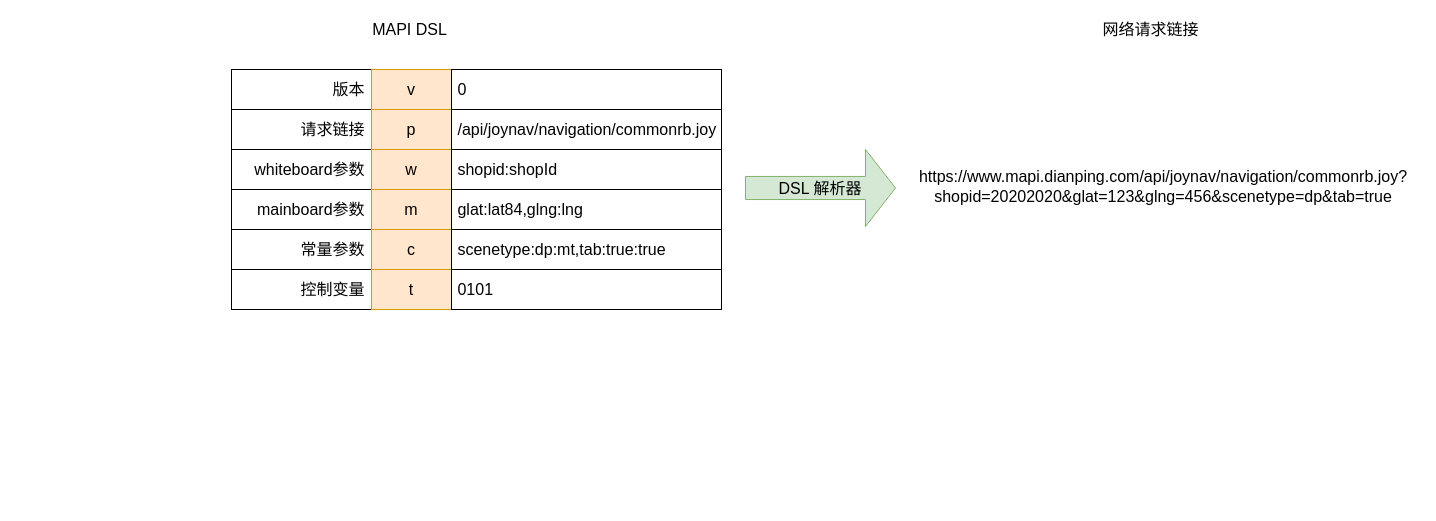
The draw.io diagram page "第 3 页" (3 of 19) of 频道首页执行流程.drawio in hpk1994/shophome, before the edit. Source tidied: cells renumbered, new cells numbered last; positions are measured from the earlier drawing's top-left corner, leaving out a move shared by most shapes. Both pictures are drawn from the tidied source at 100%, with x=0, y=0 at pixel (231, 17).
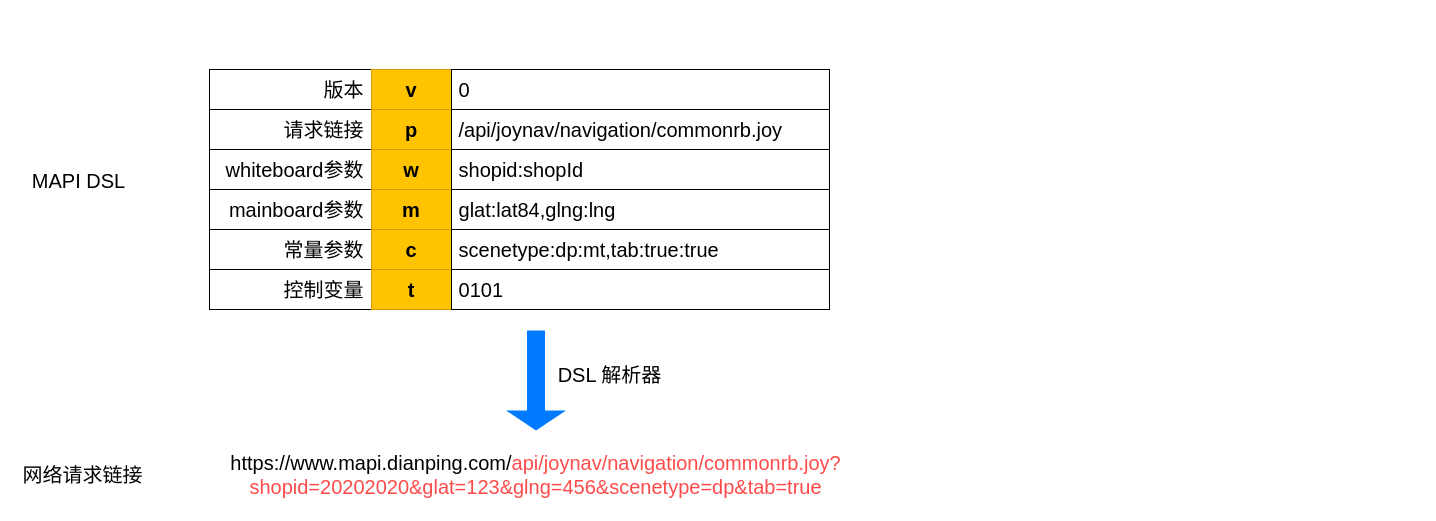
The same page after the edit.

Diff of the diagram source:
```diff
@@
-    <mxCell id="2" value="版本&amp;nbsp;" style="rounded=0;whiteSpace=wrap;html=1;fontSize=16;align=right;" parent="1" vertex="1">
-      <mxGeometry y="52" width="140" height="40" as="geometry" />
+    <mxCell id="2" value="&lt;font style=&quot;font-size: 20px&quot;&gt;版本&amp;nbsp;&lt;/font&gt;" style="rounded=0;whiteSpace=wrap;html=1;fontSize=16;align=right;fontFamily=微软雅黑;" parent="1" vertex="1">
+      <mxGeometry x="-22" y="52" width="162" height="40" as="geometry" />
     </mxCell>
-    <mxCell id="3" value="请求链接&amp;nbsp;" style="rounded=0;whiteSpace=wrap;html=1;fontSize=16;align=right;" parent="1" vertex="1">
-      <mxGeometry y="92" width="140" height="40" as="geometry" />
+    <mxCell id="3" value="&lt;font style=&quot;font-size: 20px&quot;&gt;请求链接&amp;nbsp;&lt;/font&gt;" style="rounded=0;whiteSpace=wrap;html=1;fontSize=16;align=right;fontFamily=微软雅黑;" parent="1" vertex="1">
+      <mxGeometry x="-22" y="92" width="162" height="40" as="geometry" />
     </mxCell>
-    <mxCell id="4" value="whiteboard参数&amp;nbsp;" style="rounded=0;whiteSpace=wrap;html=1;fontSize=16;align=right;" parent="1" vertex="1">
-      <mxGeometry y="132" width="140" height="40" as="geometry" />
+    <mxCell id="4" value="&lt;font style=&quot;font-size: 20px&quot;&gt;whiteboard参数&amp;nbsp;&lt;/font&gt;" style="rounded=0;whiteSpace=wrap;html=1;fontSize=16;align=right;fontFamily=微软雅黑;" parent="1" vertex="1">
+      <mxGeometry x="-22" y="132" width="162" height="40" as="geometry" />
     </mxCell>
-    <mxCell id="5" value="mainboard参数&amp;nbsp;" style="rounded=0;whiteSpace=wrap;html=1;fontSize=16;align=right;" parent="1" vertex="1">
-      <mxGeometry y="172" width="140" height="40" as="geometry" />
+    <mxCell id="5" value="&lt;font style=&quot;font-size: 20px&quot;&gt;mainboard参数&amp;nbsp;&lt;/font&gt;" style="rounded=0;whiteSpace=wrap;html=1;fontSize=16;align=right;fontFamily=微软雅黑;" parent="1" vertex="1">
+      <mxGeometry x="-22" y="172" width="162" height="40" as="geometry" />
     </mxCell>
-    <mxCell id="6" value="常量参数&amp;nbsp;" style="rounded=0;whiteSpace=wrap;html=1;fontSize=16;align=right;" parent="1" vertex="1">
-      <mxGeometry y="212" width="140" height="40" as="geometry" />
+    <mxCell id="6" value="&lt;font style=&quot;font-size: 20px&quot;&gt;常量参数&amp;nbsp;&lt;/font&gt;" style="rounded=0;whiteSpace=wrap;html=1;fontSize=16;align=right;fontFamily=微软雅黑;" parent="1" vertex="1">
+      <mxGeometry x="-22" y="212" width="162" height="40" as="geometry" />
     </mxCell>
-    <mxCell id="7" value="控制变量&amp;nbsp;" style="rounded=0;whiteSpace=wrap;html=1;fontSize=16;align=right;" parent="1" vertex="1">
-      <mxGeometry y="252" width="140" height="40" as="geometry" />
+    <mxCell id="7" value="&lt;font style=&quot;font-size: 20px&quot;&gt;控制变量&amp;nbsp;&lt;/font&gt;" style="rounded=0;whiteSpace=wrap;html=1;fontSize=16;align=right;fontFamily=微软雅黑;" parent="1" vertex="1">
+      <mxGeometry x="-22" y="252" width="162" height="40" as="geometry" />
     </mxCell>
-    <mxCell id="8" value="v" style="rounded=0;whiteSpace=wrap;html=1;fontSize=16;fillColor=#ffe6cc;strokeColor=#d79b00;" parent="1" vertex="1">
+    <mxCell id="8" value="&lt;font style=&quot;font-size: 20px&quot;&gt;&lt;b&gt;v&lt;/b&gt;&lt;/font&gt;" style="rounded=0;whiteSpace=wrap;html=1;fontSize=16;fillColor=#FFC300;strokeColor=#d79b00;fontFamily=微软雅黑;" parent="1" vertex="1">
       <mxGeometry x="140" y="52" width="80" height="40" as="geometry" />
     </mxCell>
-    <mxCell id="9" value="p" style="rounded=0;whiteSpace=wrap;html=1;fontSize=16;fillColor=#ffe6cc;strokeColor=#d79b00;" parent="1" vertex="1">
+    <mxCell id="9" value="&lt;font style=&quot;font-size: 20px&quot;&gt;&lt;b&gt;p&lt;/b&gt;&lt;/font&gt;" style="rounded=0;whiteSpace=wrap;html=1;fontSize=16;fillColor=#FFC300;strokeColor=#d79b00;fontFamily=微软雅黑;" parent="1" vertex="1">
       <mxGeometry x="140" y="92" width="80" height="40" as="geometry" />
     </mxCell>
-    <mxCell id="10" value="w" style="rounded=0;whiteSpace=wrap;html=1;fontSize=16;fillColor=#ffe6cc;strokeColor=#d79b00;" parent="1" vertex="1">
+    <mxCell id="10" value="&lt;font style=&quot;font-size: 20px&quot;&gt;&lt;b&gt;w&lt;/b&gt;&lt;/font&gt;" style="rounded=0;whiteSpace=wrap;html=1;fontSize=16;fillColor=#FFC300;strokeColor=#d79b00;fontFamily=微软雅黑;" parent="1" vertex="1">
       <mxGeometry x="140" y="132" width="80" height="40" as="geometry" />
     </mxCell>
-    <mxCell id="11" value="m" style="rounded=0;whiteSpace=wrap;html=1;fontSize=16;fillColor=#ffe6cc;strokeColor=#d79b00;" parent="1" vertex="1">
+    <mxCell id="11" value="&lt;font style=&quot;font-size: 20px&quot;&gt;&lt;b&gt;m&lt;/b&gt;&lt;/font&gt;" style="rounded=0;whiteSpace=wrap;html=1;fontSize=16;fillColor=#FFC300;strokeColor=#d79b00;fontFamily=微软雅黑;" parent="1" vertex="1">
       <mxGeometry x="140" y="172" width="80" height="40" as="geometry" />
     </mxCell>
-    <mxCell id="12" value="c" style="rounded=0;whiteSpace=wrap;html=1;fontSize=16;fillColor=#ffe6cc;strokeColor=#d79b00;" parent="1" vertex="1">
+    <mxCell id="12" value="&lt;font style=&quot;font-size: 20px&quot;&gt;&lt;b&gt;c&lt;/b&gt;&lt;/font&gt;" style="rounded=0;whiteSpace=wrap;html=1;fontSize=16;fillColor=#FFC300;strokeColor=#d79b00;fontFamily=微软雅黑;" parent="1" vertex="1">
       <mxGeometry x="140" y="212" width="80" height="40" as="geometry" />
     </mxCell>
-    <mxCell id="13" value="t" style="rounded=0;whiteSpace=wrap;html=1;fontSize=16;fillColor=#ffe6cc;strokeColor=#d79b00;" parent="1" vertex="1">
+    <mxCell id="13" value="&lt;font style=&quot;font-size: 20px&quot;&gt;&lt;b&gt;t&lt;/b&gt;&lt;/font&gt;" style="rounded=0;whiteSpace=wrap;html=1;fontSize=16;fillColor=#FFC300;strokeColor=#d79b00;fontFamily=微软雅黑;" parent="1" vertex="1">
       <mxGeometry x="140" y="252" width="80" height="40" as="geometry" />
     </mxCell>
-    <mxCell id="14" value="&amp;nbsp;0" style="rounded=0;whiteSpace=wrap;html=1;fontSize=16;align=left;" parent="1" vertex="1">
-      <mxGeometry x="220" y="52" width="270" height="40" as="geometry" />
+    <mxCell id="14" value="&lt;font style=&quot;font-size: 20px&quot;&gt;&amp;nbsp;0&lt;/font&gt;" style="rounded=0;whiteSpace=wrap;html=1;fontSize=16;align=left;fontFamily=微软雅黑;" parent="1" vertex="1">
+      <mxGeometry x="220" y="52" width="378" height="40" as="geometry" />
     </mxCell>
-    <mxCell id="15" value="&amp;nbsp;/api/joynav/navigation/commonrb.joy" style="rounded=0;whiteSpace=wrap;html=1;fontSize=16;align=left;" parent="1" vertex="1">
-      <mxGeometry x="220" y="92" width="270" height="40" as="geometry" />
+    <mxCell id="15" value="&lt;font style=&quot;font-size: 20px&quot;&gt;&amp;nbsp;/api/joynav/navigation/commonrb.joy&lt;/font&gt;" style="rounded=0;whiteSpace=wrap;html=1;fontSize=16;align=left;fontFamily=微软雅黑;" parent="1" vertex="1">
+      <mxGeometry x="220" y="92" width="378" height="40" as="geometry" />
     </mxCell>
-    <mxCell id="16" value="&amp;nbsp;shopid:shopId" style="rounded=0;whiteSpace=wrap;html=1;fontSize=16;align=left;" parent="1" vertex="1">
-      <mxGeometry x="220" y="132" width="270" height="40" as="geometry" />
+    <mxCell id="16" value="&lt;font style=&quot;font-size: 20px&quot;&gt;&amp;nbsp;shopid:shopId&lt;/font&gt;" style="rounded=0;whiteSpace=wrap;html=1;fontSize=16;align=left;fontFamily=微软雅黑;" parent="1" vertex="1">
+      <mxGeometry x="220" y="132" width="378" height="40" as="geometry" />
     </mxCell>
-    <mxCell id="17" value="&amp;nbsp;glat:lat84,glng:lng" style="rounded=0;whiteSpace=wrap;html=1;fontSize=16;align=left;" parent="1" vertex="1">
-      <mxGeometry x="220" y="172" width="270" height="40" as="geometry" />
+    <mxCell id="17" value="&lt;font style=&quot;font-size: 20px&quot;&gt;&amp;nbsp;glat:lat84,glng:lng&lt;/font&gt;" style="rounded=0;whiteSpace=wrap;html=1;fontSize=16;align=left;fontFamily=微软雅黑;" parent="1" vertex="1">
+      <mxGeometry x="220" y="172" width="378" height="40" as="geometry" />
     </mxCell>
-    <mxCell id="18" value="&amp;nbsp;scenetype:dp:mt,tab:true:true" style="rounded=0;whiteSpace=wrap;html=1;fontSize=16;align=left;" parent="1" vertex="1">
-      <mxGeometry x="220" y="212" width="270" height="40" as="geometry" />
+    <mxCell id="18" value="&lt;font style=&quot;font-size: 20px&quot;&gt;&amp;nbsp;scenetype:dp:mt,tab:true:true&lt;/font&gt;" style="rounded=0;whiteSpace=wrap;html=1;fontSize=16;align=left;fontFamily=微软雅黑;" parent="1" vertex="1">
+      <mxGeometry x="220" y="212" width="378" height="40" as="geometry" />
     </mxCell>
-    <mxCell id="19" value="&amp;nbsp;0101" style="rounded=0;whiteSpace=wrap;html=1;fontSize=16;align=left;" parent="1" vertex="1">
-      <mxGeometry x="220" y="252" width="270" height="40" as="geometry" />
+    <mxCell id="19" value="&lt;font style=&quot;font-size: 20px&quot;&gt;&amp;nbsp;0101&lt;/font&gt;" style="rounded=0;whiteSpace=wrap;html=1;fontSize=16;align=left;fontFamily=微软雅黑;" parent="1" vertex="1">
+      <mxGeometry x="220" y="252" width="378" height="40" as="geometry" />
     </mxCell>
-    <mxCell id="20" value="DSL 解析器" style="shape=singleArrow;whiteSpace=wrap;html=1;fontSize=16;fillColor=#d5e8d4;strokeColor=#82b366;" parent="1" vertex="1">
-      <mxGeometry x="514" y="132" width="150" height="77" as="geometry" />
-    </mxCell>
-    <mxCell id="21" value="https://www.mapi.dianping.com&lt;span style=&quot;text-align: left&quot;&gt;/api/joynav/navigation/commonrb.joy?&lt;br&gt;shopid=20202020&amp;amp;glat=123&amp;amp;glng=456&amp;amp;&lt;/span&gt;&lt;span style=&quot;text-align: left&quot;&gt;scenetype=dp&amp;amp;tab=true&lt;/span&gt;&lt;span style=&quot;text-align: left&quot;&gt;&lt;br&gt;&lt;/span&gt;" style="rounded=0;whiteSpace=wrap;html=1;fontSize=16;strokeColor=none;" parent="1" vertex="1">
-      <mxGeometry x="677" y="139" width="510" height="60" as="geometry" />
+    <mxCell id="21" value="&lt;font style=&quot;font-size: 20px&quot;&gt;https://www.mapi.dianping.com&lt;span style=&quot;text-align: left&quot;&gt;/&lt;font color=&quot;#ff4a4a&quot;&gt;api/joynav/navigation/commonrb.joy?&lt;br&gt;shopid=20202020&amp;amp;glat=123&amp;amp;glng=456&amp;amp;&lt;/font&gt;&lt;/span&gt;&lt;span style=&quot;text-align: left&quot;&gt;&lt;font color=&quot;#ff4a4a&quot;&gt;scenetype=dp&amp;amp;tab=true&lt;/font&gt;&lt;/span&gt;&lt;/font&gt;&lt;span style=&quot;text-align: left&quot;&gt;&lt;br&gt;&lt;/span&gt;" style="rounded=0;whiteSpace=wrap;html=1;fontSize=16;strokeColor=none;fontFamily=微软雅黑;" parent="1" vertex="1">
+      <mxGeometry x="8" y="426.5" width="593" height="60" as="geometry" />
     </mxCell>
-    <mxCell id="22" value="MAPI DSL" style="text;html=1;align=center;verticalAlign=middle;fontSize=16;" parent="1" vertex="1">
-      <mxGeometry x="135" width="85" height="23" as="geometry" />
+    <mxCell id="22" value="&lt;font style=&quot;font-size: 20px&quot;&gt;MAPI DSL&lt;/font&gt;" style="text;html=1;align=center;verticalAlign=middle;fontSize=16;fontFamily=微软雅黑;" parent="1" vertex="1">
+      <mxGeometry x="-205" y="151" width="104" height="24" as="geometry" />
     </mxCell>
-    <mxCell id="23" value="网络请求链接" style="text;html=1;align=center;verticalAlign=middle;fontSize=16;" parent="1" vertex="1">
-      <mxGeometry x="866" width="106" height="23" as="geometry" />
+    <mxCell id="23" value="&lt;font style=&quot;font-size: 20px&quot;&gt;网络请求链接&lt;/font&gt;" style="text;html=1;align=center;verticalAlign=middle;fontSize=16;fontFamily=微软雅黑;" parent="1" vertex="1">
+      <mxGeometry x="-214" y="444.5" width="130" height="24" as="geometry" />
     </mxCell>
+    <mxCell id="24" style="shape=singleArrow;direction=south;whiteSpace=wrap;html=1;fillColor=#007AFF;fontFamily=微软雅黑;strokeColor=none;" parent="1" vertex="1">
+      <mxGeometry x="274.5" y="313" width="60" height="100" as="geometry" />
+    </mxCell>
+    <mxCell id="20" value="&lt;font style=&quot;font-size: 20px&quot;&gt;DSL 解析器&lt;/font&gt;" style="text;html=1;align=center;verticalAlign=middle;fontSize=16;fontFamily=微软雅黑;" parent="1" vertex="1">
+      <mxGeometry x="320" y="345" width="115" height="24" as="geometry" />
+    </mxCell>
```
